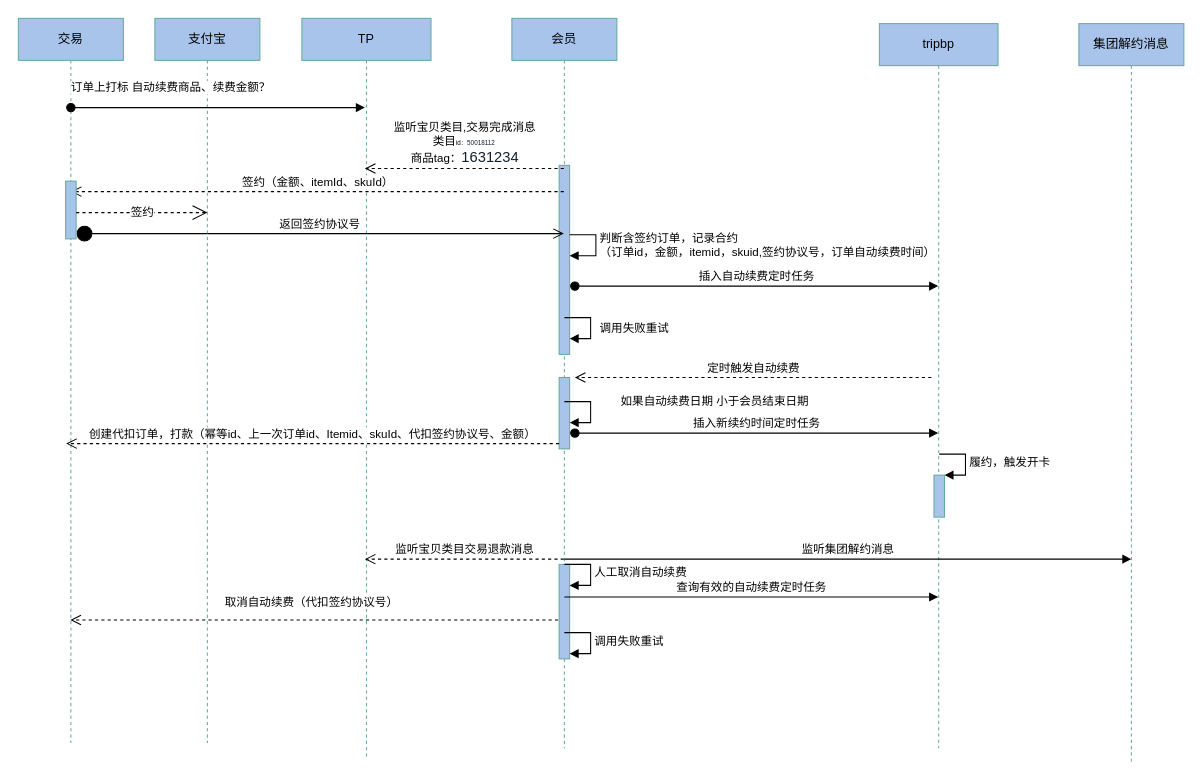
renqiuming/drawio keeps this draw.io diagram as page "连续包年" (5 of 5) of 付费权益.drawio. Above is the earlier version. Source tidied: cells renumbered, new cells numbered last; positions are measured from the earlier drawing's top-left corner, leaving out a move shared by most shapes. Both pictures are drawn from the tidied source at 105%, with x=0, y=0 at pixel (18, 18).
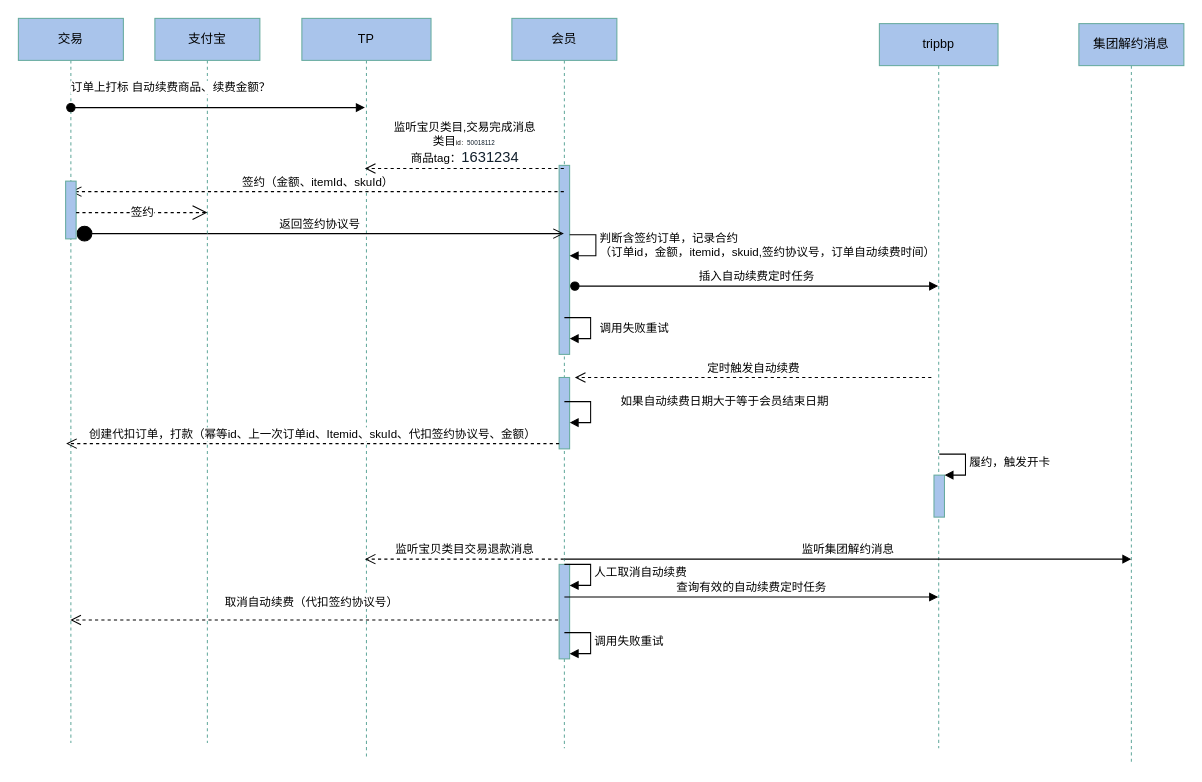
The same page after the edit.

Commit message:
更新付费权益.drawio

What changed in the source:
```diff
@@
-    <mxCell id="31" value="如果自动续费日期 小于会员结束日期" style="edgeStyle=orthogonalEdgeStyle;html=1;align=left;spacingLeft=2;endArrow=block;rounded=0;entryX=1;entryY=0;" parent="1" edge="1">
+    <mxCell id="31" value="如果自动续费日期大于等于会员结束日期" style="edgeStyle=orthogonalEdgeStyle;html=1;align=left;spacingLeft=2;endArrow=block;rounded=0;entryX=1;entryY=0;" parent="1" edge="1">
       <mxGeometry x="-0.23" y="25" relative="1" as="geometry">
         <mxPoint x="520" y="365" as="sourcePoint" />
         <mxPoint x="525" y="385" as="targetPoint" />
         <Array as="points">
           <mxPoint x="545" y="365" />
         </Array>
       </mxGeometry>
     </mxCell>
-    <mxCell id="32" value="插入新续约时间定时任务" style="html=1;verticalAlign=bottom;startArrow=oval;startFill=1;endArrow=block;startSize=8;" parent="1" edge="1">
-      <mxGeometry relative="1" as="geometry">
-        <mxPoint x="530" y="395" as="sourcePoint" />
-        <mxPoint x="876" y="395" as="targetPoint" />
-      </mxGeometry>
-    </mxCell>
```
